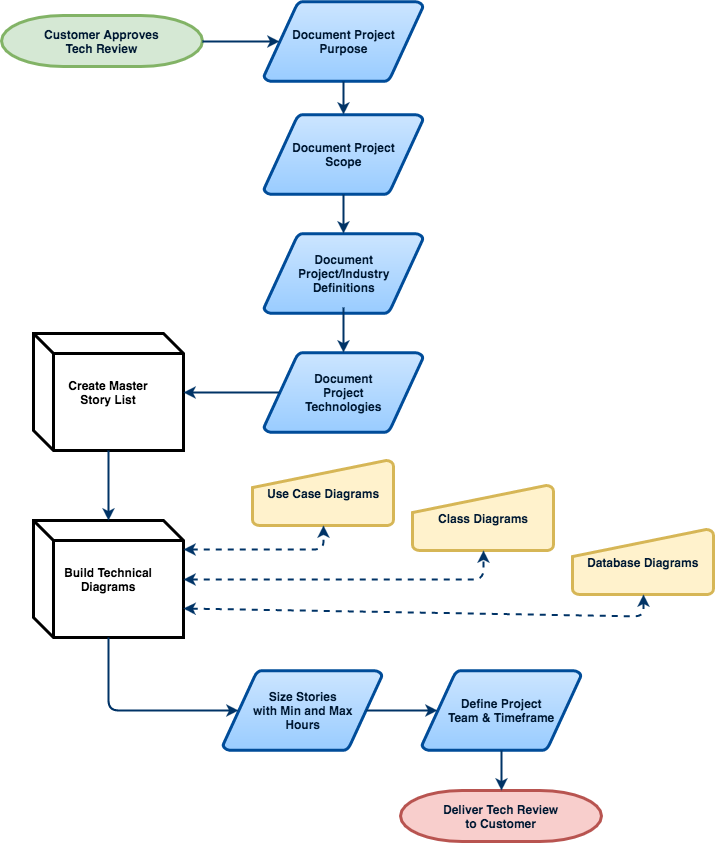
The draw.io diagram new-projects/phase-2.png in inigo-llc/guides, before a commit. Source tidied: cells renumbered, new cells last; positions are measured from the earlier drawing's top-left corner, leaving out a move shared by most shapes.
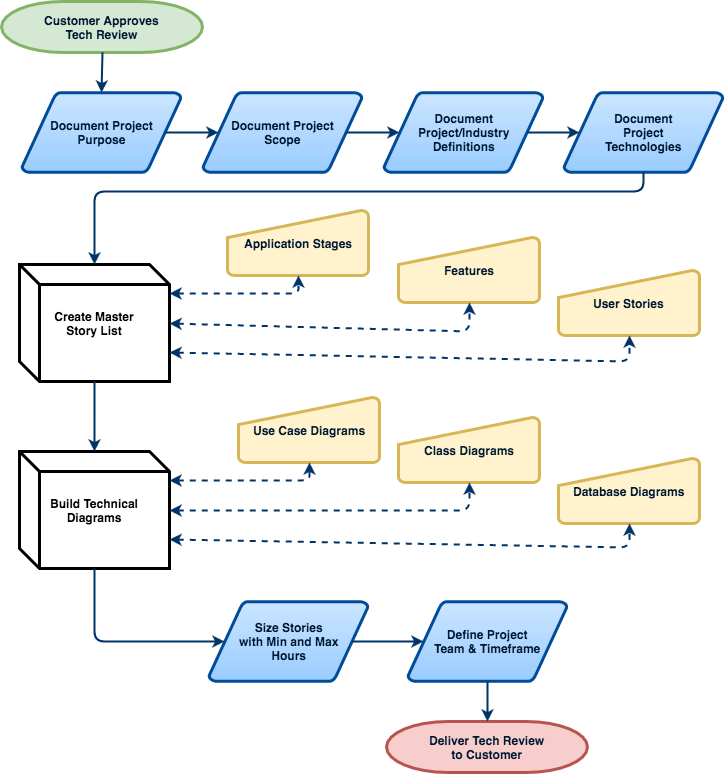
After the commit.

Commit message:
Updates to Phase I, II, and III with adjustments to the workflow diagrams

The edit, as a diff of the source:
```diff
@@ -3,22 +3,22 @@
     <mxCell id="0" style="html=1;" />
     <mxCell id="1" style="html=1;" parent="0" />
     <mxCell id="2" value="Customer Approves&lt;br&gt;Tech Review" style="shape=mxgraph.flowchart.terminator;fillColor=#d5e8d4;strokeColor=#82b366;strokeWidth=3;gradientDirection=north;fontColor=#001933;fontStyle=1;html=1;" parent="1" vertex="1">
-      <mxGeometry y="14" width="201" height="51" as="geometry" />
+      <mxGeometry x="14" y="69" width="201" height="51" as="geometry" />
     </mxCell>
     <mxCell id="3" value="Document Project&lt;br&gt;Purpose" style="shape=mxgraph.flowchart.data;fillColor=#99CCFF;strokeColor=#004C99;strokeWidth=3;gradientColor=#CCE5FF;gradientDirection=north;fontColor=#001933;fontStyle=1;html=1;" parent="1" vertex="1">
-      <mxGeometry x="262.5" width="159" height="80" as="geometry" />
+      <mxGeometry x="34.5" y="160" width="159" height="80" as="geometry" />
     </mxCell>
-    <mxCell id="4" style="fontColor=#001933;fontStyle=1;strokeColor=#003366;strokeWidth=2;html=1;entryX=0.095;entryY=0.5;entryPerimeter=0;exitX=1;exitY=0.5;exitPerimeter=0;" parent="1" edge="1" source="2" target="3">
+    <mxCell id="4" style="fontColor=#001933;fontStyle=1;strokeColor=#003366;strokeWidth=2;html=1;entryX=0.5;entryY=0;entryPerimeter=0;exitX=0.5;exitY=1;exitPerimeter=0;" parent="1" edge="1" source="2" target="3">
       <mxGeometry relative="1" as="geometry" />
     </mxCell>
     <mxCell id="5" value="Document Project&lt;br&gt;Scope" style="shape=mxgraph.flowchart.data;fillColor=#99CCFF;strokeColor=#004C99;strokeWidth=3;gradientColor=#CCE5FF;gradientDirection=north;fontColor=#001933;fontStyle=1;html=1;" parent="1" vertex="1">
-      <mxGeometry x="262.5" y="113" width="159" height="80" as="geometry" />
+      <mxGeometry x="215.5" y="160" width="159" height="80" as="geometry" />
     </mxCell>
     <mxCell id="6" value="Document&lt;br&gt;Project/Industry&lt;br&gt;Definitions" style="shape=mxgraph.flowchart.data;fillColor=#99CCFF;strokeColor=#004C99;strokeWidth=3;gradientColor=#CCE5FF;gradientDirection=north;fontColor=#001933;fontStyle=1;html=1;" parent="1" vertex="1">
-      <mxGeometry x="262.5" y="232" width="159" height="80" as="geometry" />
+      <mxGeometry x="396.5" y="160" width="159" height="80" as="geometry" />
     </mxCell>
     <mxCell id="7" value="Document&lt;br&gt;Project&lt;br&gt;Technologies&lt;br&gt;" style="shape=mxgraph.flowchart.data;fillColor=#99CCFF;strokeColor=#004C99;strokeWidth=3;gradientColor=#CCE5FF;gradientDirection=north;fontColor=#001933;fontStyle=1;html=1;" parent="1" vertex="1">
-      <mxGeometry x="262.5" y="351" width="159" height="80" as="geometry" />
+      <mxGeometry x="576.5" y="160" width="159" height="80" as="geometry" />
     </mxCell>
     <mxCell id="8" value="&lt;b&gt;Create Master&lt;br&gt;Story List&lt;/b&gt;" style="shape=cube;whiteSpace=wrap;html=1;strokeWidth=3;" parent="1" vertex="1">
       <mxGeometry x="32" y="332" width="150" height="117" as="geometry" />
@@ -27,13 +27,13 @@
       <mxGeometry x="32" y="519" width="150" height="117" as="geometry" />
     </mxCell>
     <mxCell id="10" value="Use Case Diagrams" style="shape=mxgraph.flowchart.manual_input;fillColor=#fff2cc;strokeColor=#d6b656;strokeWidth=3;gradientDirection=north;fontColor=#001933;fontStyle=1;html=1;" parent="1" vertex="1">
-      <mxGeometry x="251" y="459" width="141" height="65" as="geometry" />
+      <mxGeometry x="251" y="465" width="141" height="65" as="geometry" />
     </mxCell>
     <mxCell id="11" value="Class Diagrams" style="shape=mxgraph.flowchart.manual_input;fillColor=#fff2cc;strokeColor=#d6b656;strokeWidth=3;gradientDirection=north;fontColor=#001933;fontStyle=1;html=1;" parent="1" vertex="1">
-      <mxGeometry x="411" y="484" width="141" height="65" as="geometry" />
+      <mxGeometry x="411" y="485" width="141" height="65" as="geometry" />
     </mxCell>
     <mxCell id="12" value="Database Diagrams" style="shape=mxgraph.flowchart.manual_input;fillColor=#fff2cc;strokeColor=#d6b656;strokeWidth=3;gradientDirection=north;fontColor=#001933;fontStyle=1;html=1;" parent="1" vertex="1">
-      <mxGeometry x="571" y="528" width="141" height="65" as="geometry" />
+      <mxGeometry x="571" y="526" width="141" height="65" as="geometry" />
     </mxCell>
     <mxCell id="13" style="fontColor=#001933;fontStyle=1;strokeColor=#003366;strokeWidth=2;html=1;entryX=0.5;entryY=1;entryPerimeter=0;endArrow=classic;endFill=1;dashed=1;startArrow=classic;startFill=1;exitX=1;exitY=0.25;" parent="1" edge="1" source="9" target="10">
       <mxGeometry x="110" y="180.7" as="geometry">
@@ -59,19 +59,22 @@
     <mxCell id="16" value="Size Stories&lt;br&gt;with Min and Max&lt;br&gt;Hours" style="shape=mxgraph.flowchart.data;fillColor=#99CCFF;strokeColor=#004C99;strokeWidth=3;gradientColor=#CCE5FF;gradientDirection=north;fontColor=#001933;fontStyle=1;html=1;" parent="1" vertex="1">
       <mxGeometry x="221.5" y="669" width="159" height="80" as="geometry" />
     </mxCell>
-    <mxCell id="17" style="fontColor=#001933;fontStyle=1;strokeColor=#003366;strokeWidth=2;html=1;entryX=0.5;entryY=0;entryPerimeter=0;exitX=0.5;exitY=1;exitPerimeter=0;" parent="1" edge="1" source="3" target="5">
-      <mxGeometry x="110" y="180.7" as="geometry" />
+    <mxCell id="17" style="fontColor=#001933;fontStyle=1;strokeColor=#003366;strokeWidth=2;html=1;entryX=0.095;entryY=0.5;entryPerimeter=0;exitX=0.905;exitY=0.5;exitPerimeter=0;" parent="1" edge="1" source="3" target="5">
+      <mxGeometry x="-118" y="340.7" as="geometry" />
     </mxCell>
-    <mxCell id="18" style="fontColor=#001933;fontStyle=1;strokeColor=#003366;strokeWidth=2;html=1;entryX=0.5;entryY=0;entryPerimeter=0;exitX=0.5;exitY=1;exitPerimeter=0;" parent="1" edge="1" source="5" target="6">
-      <mxGeometry x="104" y="293.7" as="geometry" />
+    <mxCell id="18" style="fontColor=#001933;fontStyle=1;strokeColor=#003366;strokeWidth=2;html=1;entryX=0.095;entryY=0.5;entryPerimeter=0;exitX=0.905;exitY=0.5;exitPerimeter=0;" parent="1" edge="1" source="5" target="6">
+      <mxGeometry x="-147" y="453.7" as="geometry" />
     </mxCell>
-    <mxCell id="19" style="fontColor=#001933;fontStyle=1;strokeColor=#003366;strokeWidth=2;html=1;entryX=0.5;entryY=0;entryPerimeter=0;exitX=0.5;exitY=1;exitPerimeter=0;" parent="1" edge="1" target="7">
-      <mxGeometry x="136" y="182.7" as="geometry">
-        <mxPoint x="342" y="306" as="sourcePoint" />
-      </mxGeometry>
+    <mxCell id="19" style="fontColor=#001933;fontStyle=1;strokeColor=#003366;strokeWidth=2;html=1;entryX=0.095;entryY=0.5;entryPerimeter=0;exitX=0.905;exitY=0.5;exitPerimeter=0;" parent="1" edge="1" source="6" target="7">
+      <mxGeometry x="-115" y="162.7" as="geometry" />
     </mxCell>
-    <mxCell id="20" style="fontColor=#001933;fontStyle=1;strokeColor=#003366;strokeWidth=2;html=1;entryX=1;entryY=0.5;exitX=0.095;exitY=0.5;exitPerimeter=0;" parent="1" edge="1" source="7" target="8">
-      <mxGeometry x="140" y="192.7" as="geometry" />
+    <mxCell id="20" style="fontColor=#001933;fontStyle=1;strokeColor=#003366;strokeWidth=2;html=1;entryX=0.5;entryY=0;exitX=0.5;exitY=1;exitPerimeter=0;" parent="1" edge="1" source="7" target="8">
+      <mxGeometry x="140" y="192.7" as="geometry">
+        <Array as="points">
+          <mxPoint x="656" y="259" />
+          <mxPoint x="107" y="259" />
+        </Array>
+      </mxGeometry>
     </mxCell>
     <mxCell id="21" style="fontColor=#001933;fontStyle=1;strokeColor=#003366;strokeWidth=2;html=1;exitX=0.5;exitY=1;entryX=0.5;entryY=0;" parent="1" edge="1" source="8" target="9">
       <mxGeometry x="175" y="220.7" as="geometry" />
@@ -95,5 +98,35 @@
     <mxCell id="26" style="fontColor=#001933;fontStyle=1;strokeColor=#003366;strokeWidth=2;html=1;exitX=0.5;exitY=1;exitPerimeter=0;entryX=0.5;entryY=0;entryPerimeter=0;" parent="1" edge="1" source="23" target="25">
       <mxGeometry x="563" y="505.7" as="geometry" />
     </mxCell>
+    <mxCell id="27" value="Application Stages" style="shape=mxgraph.flowchart.manual_input;fillColor=#fff2cc;strokeColor=#d6b656;strokeWidth=3;gradientDirection=north;fontColor=#001933;fontStyle=1;html=1;" parent="1" vertex="1">
+      <mxGeometry x="240" y="278" width="141" height="65" as="geometry" />
+    </mxCell>
+    <mxCell id="28" value="Features" style="shape=mxgraph.flowchart.manual_input;fillColor=#fff2cc;strokeColor=#d6b656;strokeWidth=3;gradientDirection=north;fontColor=#001933;fontStyle=1;html=1;" parent="1" vertex="1">
+      <mxGeometry x="411" y="305" width="141" height="65" as="geometry" />
+    </mxCell>
+    <mxCell id="29" value="User Stories" style="shape=mxgraph.flowchart.manual_input;fillColor=#fff2cc;strokeColor=#d6b656;strokeWidth=3;gradientDirection=north;fontColor=#001933;fontStyle=1;html=1;" parent="1" vertex="1">
+      <mxGeometry x="571" y="338" width="141" height="65" as="geometry" />
+    </mxCell>
+    <mxCell id="30" style="fontColor=#001933;fontStyle=1;strokeColor=#003366;strokeWidth=2;html=1;entryX=0.5;entryY=1;entryPerimeter=0;endArrow=classic;endFill=1;dashed=1;startArrow=classic;startFill=1;exitX=1;exitY=0.25;" parent="1" edge="1" source="8" target="27">
+      <mxGeometry x="129" y="17.7" as="geometry">
+        <Array as="points">
+          <mxPoint x="311" y="361" />
+        </Array>
+      </mxGeometry>
+    </mxCell>
+    <mxCell id="31" style="fontColor=#001933;fontStyle=1;strokeColor=#003366;strokeWidth=2;html=1;entryX=0.5;entryY=1;entryPerimeter=0;endArrow=classic;endFill=1;dashed=1;startArrow=classic;startFill=1;exitX=1;exitY=0.5;" parent="1" edge="1" source="8" target="28">
+      <mxGeometry x="120" y="39.7" as="geometry">
+        <Array as="points">
+          <mxPoint x="482" y="399" />
+        </Array>
+      </mxGeometry>
+    </mxCell>
+    <mxCell id="32" style="fontColor=#001933;fontStyle=1;strokeColor=#003366;strokeWidth=2;html=1;entryX=0.5;entryY=1;entryPerimeter=0;endArrow=classic;endFill=1;dashed=1;startArrow=classic;startFill=1;exitX=1;exitY=0.75;" parent="1" edge="1" source="8" target="29">
+      <mxGeometry x="137" y="39.7" as="geometry">
+        <Array as="points">
+          <mxPoint x="642" y="429" />
+        </Array>
+      </mxGeometry>
+    </mxCell>
   </root>
 </mxGraphModel>
```
